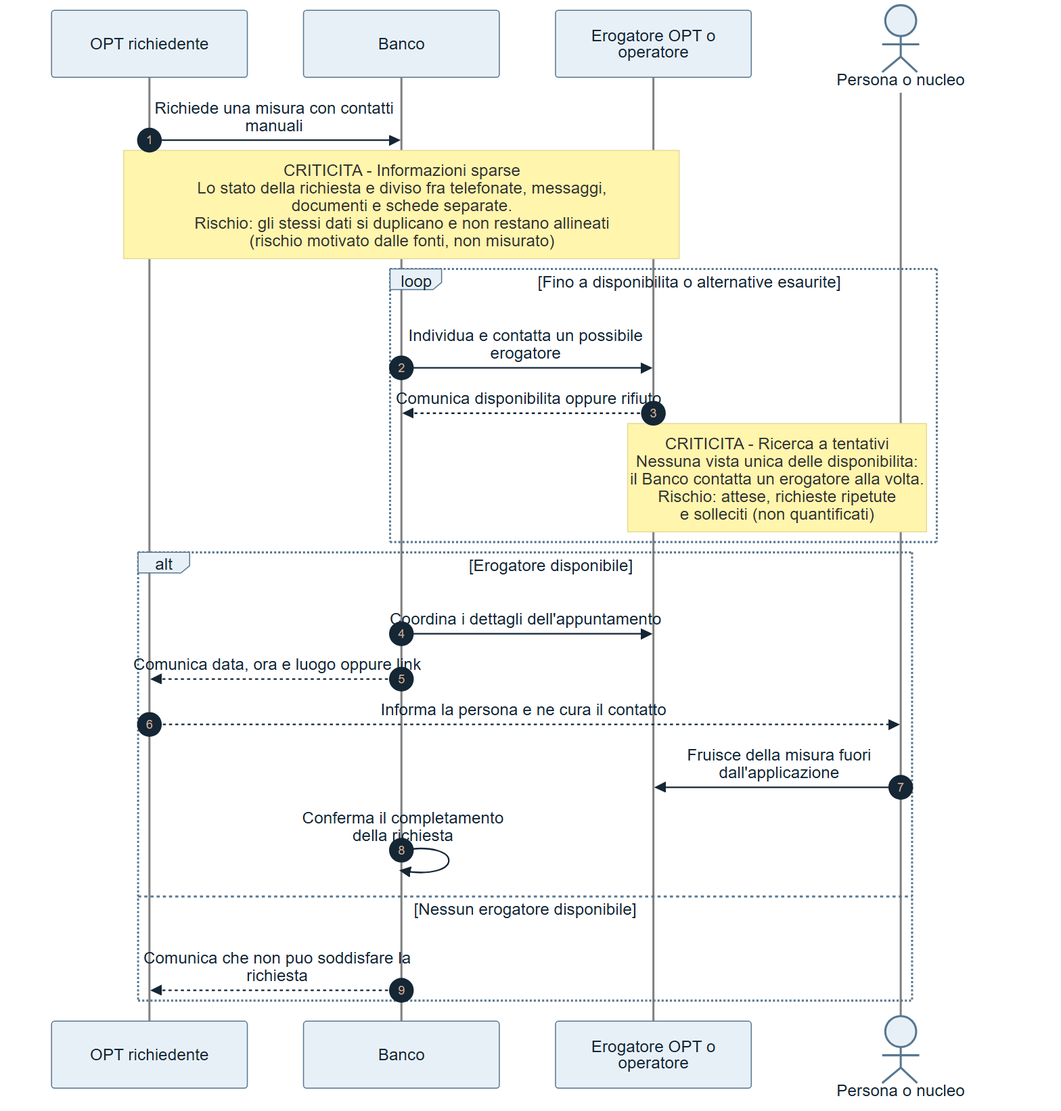
This is docs/requirements/diagrams/ASIS-01-richieste.png from Pinguini-alla-Fragola/Progetto-SAD, a Mermaid export, as it was before one commit. Its source is kept beside it as docs/requirements/diagrams/ASIS-01-richieste.mmd.
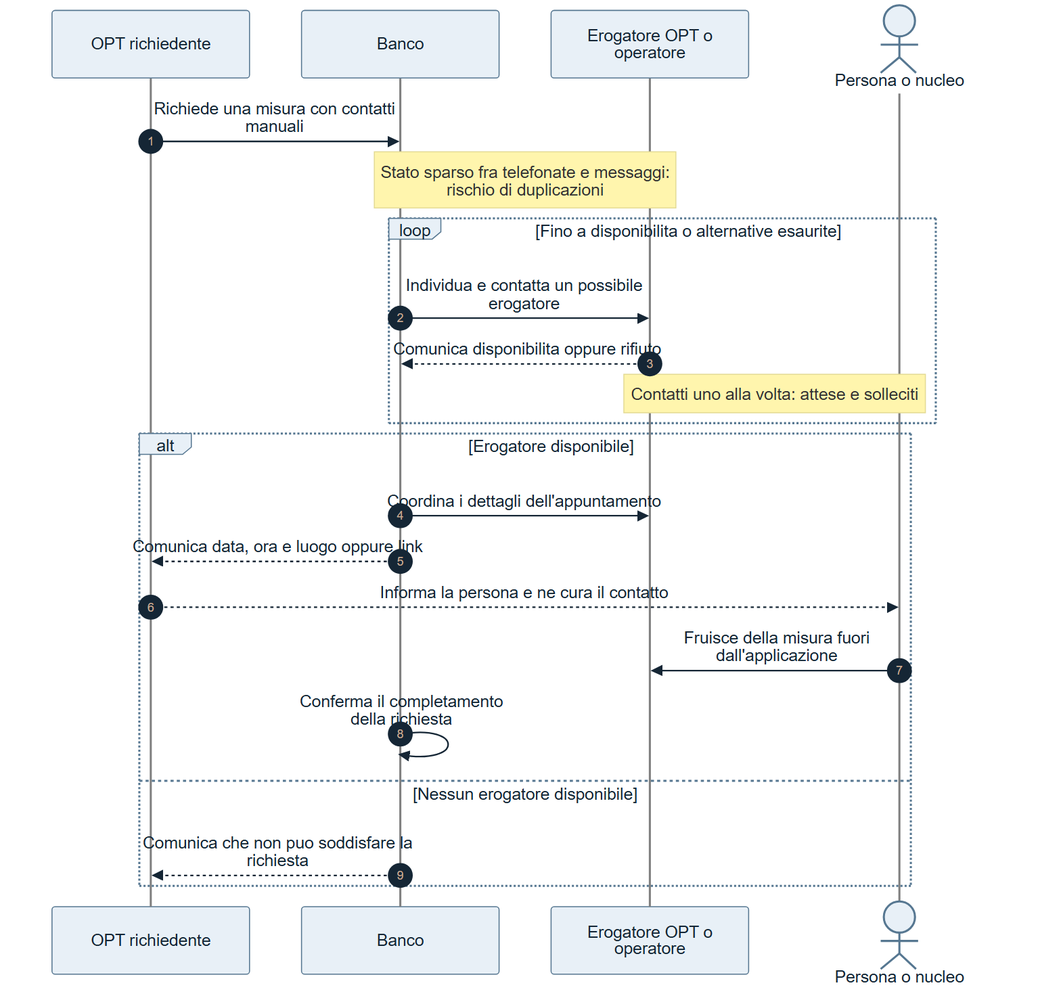
After the commit.

Commit message:
docs: accorcia le note dei diagrammi as-is

Change to the diagram source:
```diff
@@ -6,11 +6,11 @@
     actor A as Persona o nucleo
 
     R->>B: Richiede una misura con contatti manuali
-    Note over R,E: CRITICITA - Informazioni sparse<br/>Lo stato della richiesta e diviso fra telefonate, messaggi,<br/>documenti e schede separate.<br/>Rischio: gli stessi dati si duplicano e non restano allineati<br/>(rischio motivato dalle fonti, non misurato)
+    Note over B,E: Stato sparso fra telefonate e messaggi: rischio di duplicazioni
         loop Fino a disponibilita o alternative esaurite
             B->>E: Individua e contatta un possibile erogatore
             E-->>B: Comunica disponibilita oppure rifiuto
-            Note over E,A: CRITICITA - Ricerca a tentativi<br/>Nessuna vista unica delle disponibilita:<br/>il Banco contatta un erogatore alla volta.<br/>Rischio: attese, richieste ripetute<br/>e solleciti (non quantificati)
+            Note over E,A: Contatti uno alla volta: attese e solleciti
         end
         alt Erogatore disponibile
             B->>E: Coordina i dettagli dell'appuntamento
```
